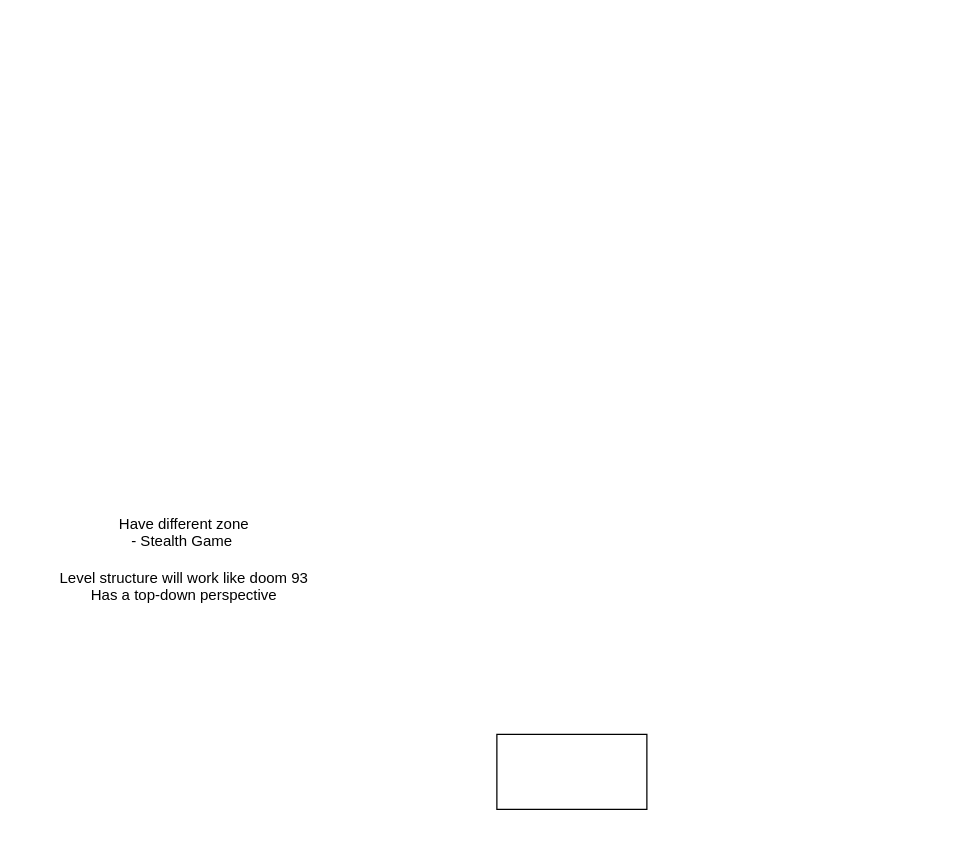
This is Comp Diagram.drawio from TheTagRapper/GGGJ-26-tagrap, a draw.io file, before an edit. Source tidied: cells renumbered, new cells numbered last; positions are measured from the earlier drawing's top-left corner, leaving out a move shared by most shapes. Both pictures are drawn from the tidied source at 125%, with x=0, y=0 at pixel (21, 296).
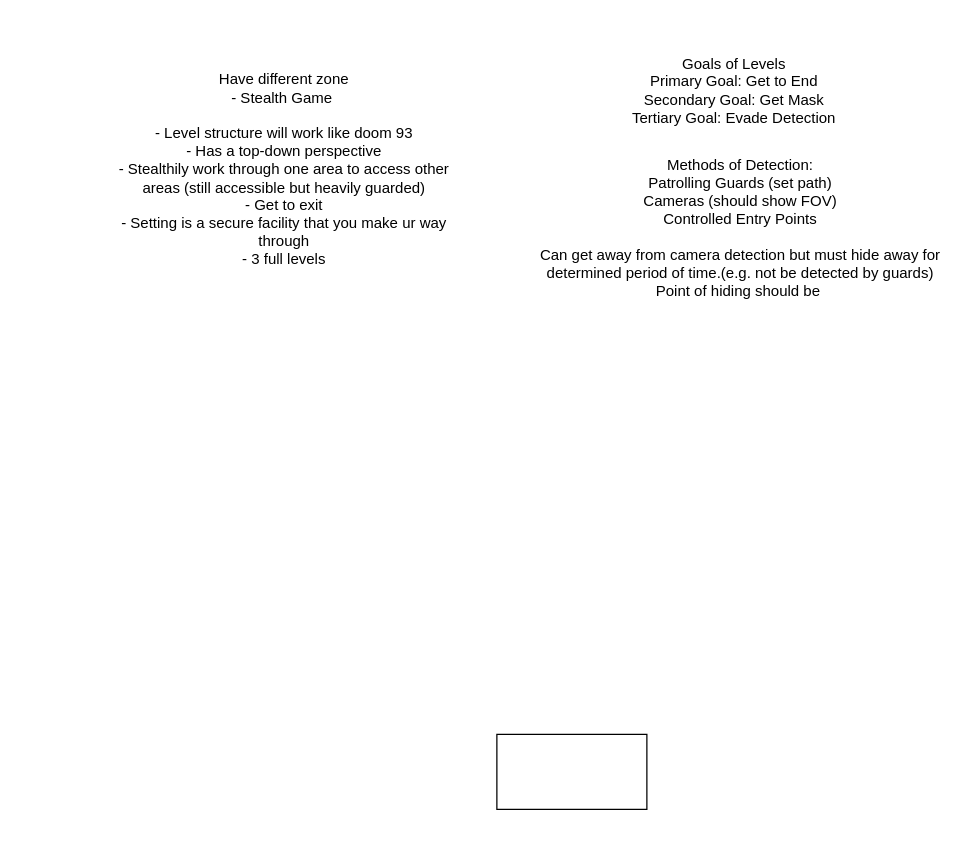
After the change.

Commit message:
Talking Loops + Evasion

What changed in the source:
```diff
@@
 <mxGraphModel>
   <root>
     <mxCell id="0" />
     <mxCell id="1" parent="0" />
     <mxCell id="2" style="rounded=0;whiteSpace=wrap;html=1;" parent="1" vertex="1">
       <mxGeometry x="380" y="350" width="120" height="60" as="geometry" />
     </mxCell>
-    <mxCell id="3" value="&lt;div&gt;Have different zone&lt;/div&gt;&lt;div&gt;- Stealth Game&amp;nbsp;&lt;/div&gt;&lt;div&gt;&lt;br&gt;&lt;/div&gt;&lt;div&gt;Level structure will work like doom 93&lt;/div&gt;&lt;div&gt;Has a top-down perspective&lt;/div&gt;" style="text;html=1;whiteSpace=wrap;strokeColor=none;fillColor=none;align=center;verticalAlign=middle;rounded=0;" parent="1" vertex="1">
-      <mxGeometry width="260" height="420" as="geometry" />
+    <mxCell id="3" value="&lt;div&gt;Have different zone&lt;/div&gt;&lt;div&gt;- Stealth Game&amp;nbsp;&lt;/div&gt;&lt;div&gt;&lt;br&gt;&lt;/div&gt;&lt;div&gt;- Level structure will work like doom 93&lt;/div&gt;&lt;div&gt;- Has a top-down perspective&lt;/div&gt;&lt;div&gt;- Stealthily work through one area to access other areas (still accessible but heavily guarded)&lt;/div&gt;&lt;div&gt;- Get to exit&lt;/div&gt;&lt;div&gt;- Setting is a secure facility that you make ur way through&lt;/div&gt;&lt;div&gt;- 3 full levels&lt;/div&gt;&lt;div&gt;&lt;br&gt;&lt;/div&gt;" style="text;html=1;whiteSpace=wrap;strokeColor=none;fillColor=none;align=center;verticalAlign=middle;rounded=0;" parent="1" vertex="1">
+      <mxGeometry x="70" y="-180" width="280" height="170" as="geometry" />
     </mxCell>
+    <mxCell id="4" value="&lt;div&gt;Goals of Levels&lt;/div&gt;&lt;div&gt;Primary Goal: Get to End&lt;/div&gt;&lt;div&gt;Secondary Goal: Get Mask&lt;/div&gt;&lt;div&gt;Tertiary Goal: Evade Detection&lt;/div&gt;" style="text;html=1;whiteSpace=wrap;strokeColor=none;fillColor=none;align=center;verticalAlign=middle;rounded=0;" parent="1" vertex="1">
+      <mxGeometry x="450" y="-220" width="240" height="110" as="geometry" />
+    </mxCell>
+    <mxCell id="5" value="&lt;div&gt;Methods of Detection:&lt;/div&gt;&lt;div&gt;Patrolling Guards (set path)&lt;/div&gt;&lt;div&gt;Cameras (should show FOV)&lt;/div&gt;&lt;div&gt;Controlled Entry Points&lt;/div&gt;&lt;div&gt;&lt;br&gt;&lt;/div&gt;&lt;div&gt;Can get away from camera detection but must hide away for determined period of time.(e.g. not be detected by guards)&lt;/div&gt;&lt;div&gt;Point of hiding should be&amp;nbsp;&lt;/div&gt;" style="text;html=1;whiteSpace=wrap;strokeColor=none;fillColor=none;align=center;verticalAlign=middle;rounded=0;" parent="1" vertex="1">
+      <mxGeometry x="400" y="-70" width="350" height="30" as="geometry" />
+    </mxCell>
   </root>
 </mxGraphModel>
```
